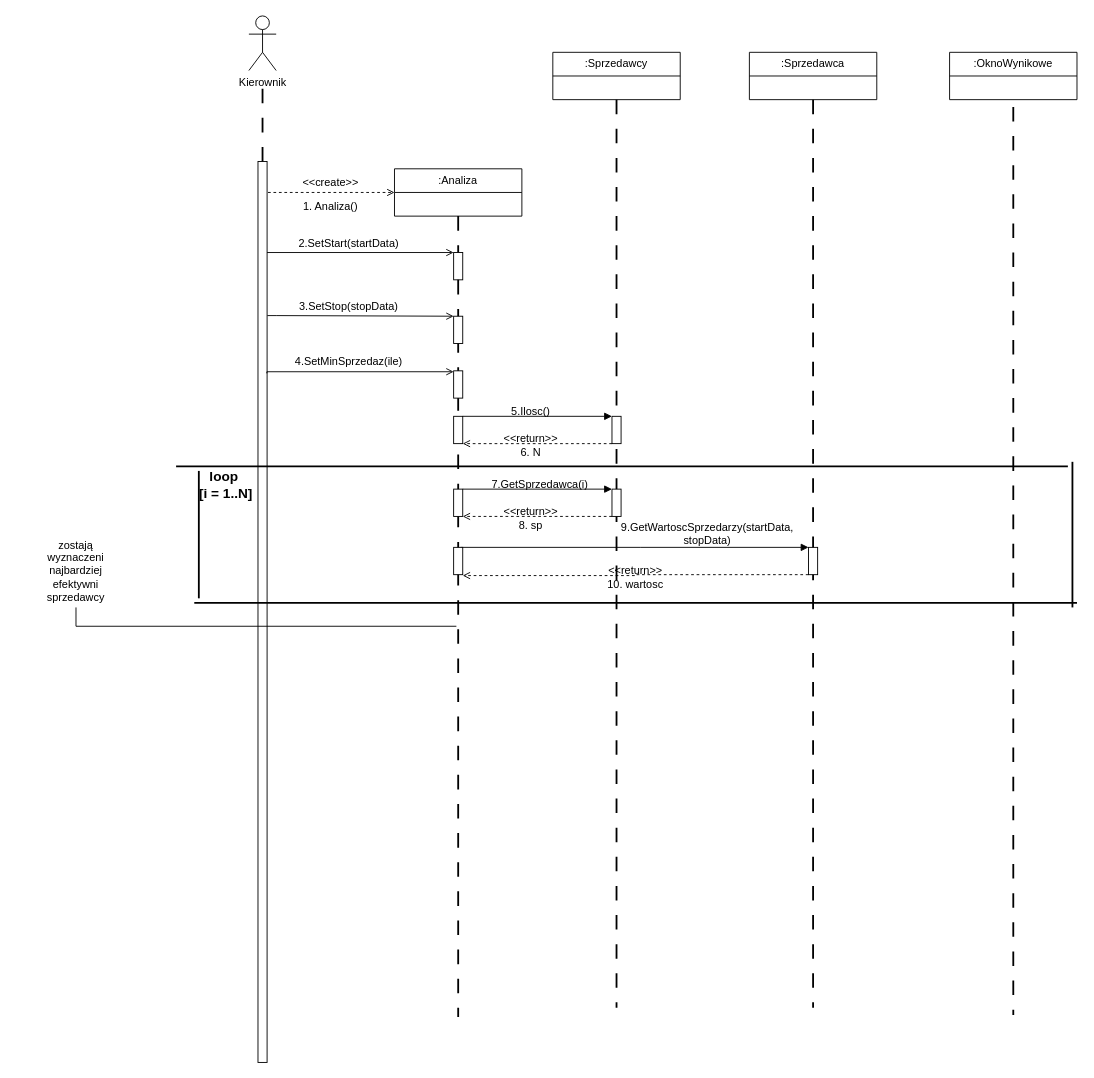
sktybucdred/InzynieriaOprogramowania keeps this draw.io diagram as Diagram przejsc.drawio. Above is the earlier version. Source tidied: cells renumbered, new cells numbered last; positions are measured from the earlier drawing's top-left corner, leaving out a move shared by most shapes. Both pictures are drawn from the tidied source at 91%, with x=0, y=0 at pixel (48, 15).
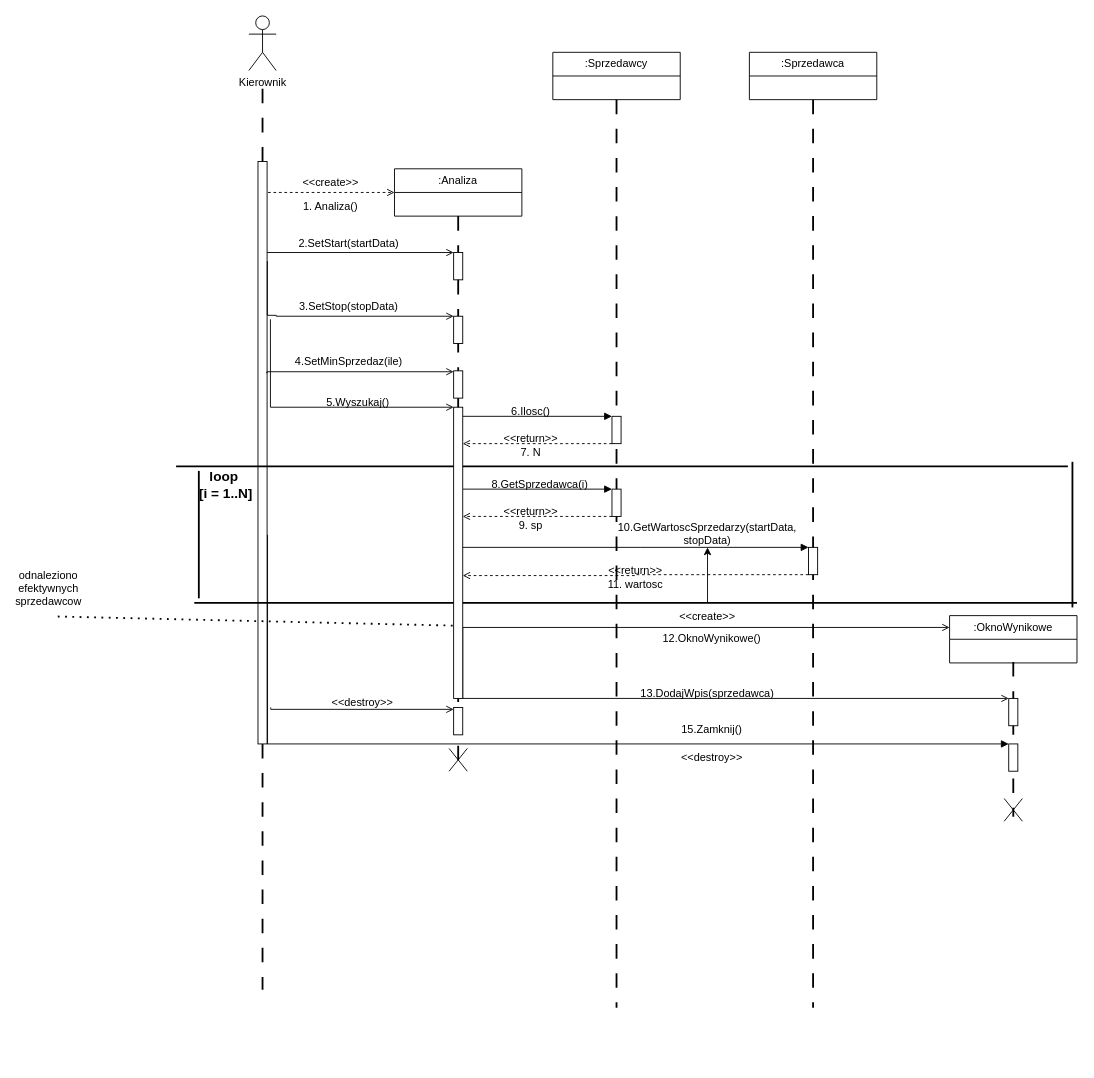
The same page after the edit.

Unchanged cells that the change refers to:
```xml
<mxCell id="33" style="rounded=0;whiteSpace=wrap;html=1;" parent="1" vertex="1">
  <mxGeometry x="619" y="440" width="10" height="30" as="geometry" />
</mxCell>
<mxCell id="42" style="rounded=0;whiteSpace=wrap;html=1;" parent="1" vertex="1">
  <mxGeometry x="619" y="520" width="10" height="30" as="geometry" />
</mxCell>
<mxCell id="48" style="rounded=0;whiteSpace=wrap;html=1;" parent="1" vertex="1">
  <mxGeometry x="835" y="584" width="10" height="30" as="geometry" />
</mxCell>
```

Change to the diagram source:
```diff
@@
     <mxCell id="4" style="line;strokeWidth=2;direction=south;html=1;" parent="1" vertex="1">
-      <mxGeometry x="230" y="210" width="10" height="900" as="geometry" />
+      <mxGeometry x="230" y="210" width="10" height="580" as="geometry" />
     </mxCell>
@@
     <mxCell id="12" value=":OknoWynikowe" style="swimlane;fontStyle=0;horizontal=1;startSize=26;fillColor=none;whiteSpace=wrap;html=1;" parent="1" vertex="1">
-      <mxGeometry x="990" y="40" width="140" height="52" as="geometry" />
+      <mxGeometry x="990" y="659" width="140" height="52" as="geometry" />
     </mxCell>
@@
     <mxCell id="16" style="line;strokeWidth=2;direction=south;html=1;dashed=1;dashPattern=8 8;" parent="1" vertex="1">
-      <mxGeometry x="1055" y="100" width="10" height="998" as="geometry" />
+      <mxGeometry x="1055" y="710" width="10" height="170" as="geometry" />
     </mxCell>
@@
     <mxCell id="19" style="rounded=0;whiteSpace=wrap;html=1;" parent="1" vertex="1">
-      <mxGeometry x="230" y="160" width="10" height="990" as="geometry" />
+      <mxGeometry x="230" y="160" width="10" height="640" as="geometry" />
     </mxCell>
     <mxCell id="20" style="line;strokeWidth=2;direction=south;html=1;dashed=1;dashPattern=8 8;" parent="1" vertex="1">
-      <mxGeometry x="445" y="290" width="10" height="810" as="geometry" />
+      <mxGeometry x="445" y="290" width="10" height="530" as="geometry" />
     </mxCell>
@@
-    <mxCell id="32" style="edgeStyle=orthogonalEdgeStyle;rounded=0;jettySize=auto;html=1;exitX=0;exitY=1;exitDx=0;exitDy=0;entryX=1;entryY=1;entryDx=0;entryDy=0;endArrow=open;endFill=0;dashed=1;" parent="1" edge="1" source="33" target="35">
+    <mxCell id="32" style="edgeStyle=orthogonalEdgeStyle;rounded=0;jettySize=auto;html=1;exitX=0;exitY=1;exitDx=0;exitDy=0;entryX=1;entryY=1;entryDx=0;entryDy=0;endArrow=open;endFill=0;dashed=1;" parent="1" edge="1" source="33">
       <mxGeometry relative="1" as="geometry">
+        <mxPoint x="455" y="470" as="targetPoint" />
         <Array as="points">
           <mxPoint x="540" y="470" />
           <mxPoint x="540" y="470" />
         </Array>
       </mxGeometry>
     </mxCell>
@@
-    <mxCell id="34" style="edgeStyle=orthogonalEdgeStyle;rounded=0;jettySize=auto;html=1;exitX=1;exitY=0;exitDx=0;exitDy=0;entryX=0;entryY=0;entryDx=0;entryDy=0;endArrow=block;endFill=1;" parent="1" edge="1" source="35" target="33">
+    <mxCell id="34" style="edgeStyle=orthogonalEdgeStyle;rounded=0;jettySize=auto;html=1;exitX=1;exitY=0;exitDx=0;exitDy=0;entryX=0;entryY=0;entryDx=0;entryDy=0;endArrow=block;endFill=1;" parent="1" edge="1" target="33">
       <mxGeometry relative="1" as="geometry">
+        <mxPoint x="455" y="440" as="sourcePoint" />
         <Array as="points">
           <mxPoint x="540" y="440" />
           <mxPoint x="540" y="440" />
         </Array>
       </mxGeometry>
     </mxCell>
-    <mxCell id="35" style="rounded=0;whiteSpace=wrap;html=1;" parent="1" vertex="1">
-      <mxGeometry x="445" y="440" width="10" height="30" as="geometry" />
-    </mxCell>
@@
-    <mxCell id="37" value="6. N" style="text;html=1;align=center;verticalAlign=middle;whiteSpace=wrap;rounded=0;" parent="1" vertex="1">
+    <mxCell id="37" value="7. N" style="text;html=1;align=center;verticalAlign=middle;whiteSpace=wrap;rounded=0;" parent="1" vertex="1">
       <mxGeometry x="500" y="470" width="60" height="20" as="geometry" />
     </mxCell>
-    <mxCell id="38" value="5.Ilosc()" style="text;html=1;align=center;verticalAlign=middle;whiteSpace=wrap;rounded=0;" parent="1" vertex="1">
+    <mxCell id="38" value="6.Ilosc()" style="text;html=1;align=center;verticalAlign=middle;whiteSpace=wrap;rounded=0;" parent="1" vertex="1">
       <mxGeometry x="500" y="420" width="60" height="30" as="geometry" />
     </mxCell>
-    <mxCell id="39" style="edgeStyle=orthogonalEdgeStyle;rounded=0;jettySize=auto;html=1;exitX=1;exitY=0;exitDx=0;exitDy=0;entryX=0;entryY=0;entryDx=0;entryDy=0;endArrow=block;endFill=1;" parent="1" edge="1" source="40" target="42">
+    <mxCell id="39" style="edgeStyle=orthogonalEdgeStyle;rounded=0;jettySize=auto;html=1;exitX=1;exitY=0;exitDx=0;exitDy=0;entryX=0;entryY=0;entryDx=0;entryDy=0;endArrow=block;endFill=1;" parent="1" edge="1" target="42">
       <mxGeometry relative="1" as="geometry">
+        <mxPoint x="455" y="520" as="sourcePoint" />
         <Array as="points">
           <mxPoint x="540" y="520" />
           <mxPoint x="540" y="520" />
         </Array>
       </mxGeometry>
     </mxCell>
-    <mxCell id="40" style="rounded=0;whiteSpace=wrap;html=1;" parent="1" vertex="1">
-      <mxGeometry x="445" y="520" width="10" height="30" as="geometry" />
-    </mxCell>
-    <mxCell id="41" style="edgeStyle=orthogonalEdgeStyle;rounded=0;jettySize=auto;html=1;exitX=0;exitY=1;exitDx=0;exitDy=0;entryX=1;entryY=1;entryDx=0;entryDy=0;dashed=1;endArrow=open;endFill=0;" parent="1" edge="1" source="42" target="40">
+    <mxCell id="41" style="edgeStyle=orthogonalEdgeStyle;rounded=0;jettySize=auto;html=1;exitX=0;exitY=1;exitDx=0;exitDy=0;entryX=1;entryY=1;entryDx=0;entryDy=0;dashed=1;endArrow=open;endFill=0;" parent="1" edge="1" source="42">
       <mxGeometry relative="1" as="geometry">
+        <mxPoint x="455" y="550" as="targetPoint" />
         <Array as="points">
           <mxPoint x="540" y="550" />
           <mxPoint x="540" y="550" />
         </Array>
       </mxGeometry>
     </mxCell>
@@
-    <mxCell id="43" value="7.GetSprzedawca(i)" style="text;html=1;align=center;verticalAlign=middle;whiteSpace=wrap;rounded=0;" parent="1" vertex="1">
+    <mxCell id="43" value="8.GetSprzedawca(i)" style="text;html=1;align=center;verticalAlign=middle;whiteSpace=wrap;rounded=0;" parent="1" vertex="1">
       <mxGeometry x="510" y="500" width="60" height="30" as="geometry" />
     </mxCell>
@@
-    <mxCell id="45" value="8. sp" style="text;html=1;align=center;verticalAlign=middle;whiteSpace=wrap;rounded=0;" parent="1" vertex="1">
+    <mxCell id="45" value="9. sp" style="text;html=1;align=center;verticalAlign=middle;whiteSpace=wrap;rounded=0;" parent="1" vertex="1">
       <mxGeometry x="500" y="550" width="60" height="20" as="geometry" />
     </mxCell>
-    <mxCell id="46" style="edgeStyle=orthogonalEdgeStyle;rounded=0;jettySize=auto;html=1;exitX=0.75;exitY=0;exitDx=0;exitDy=0;entryX=0;entryY=0;entryDx=0;entryDy=0;endArrow=block;endFill=1;" parent="1" edge="1" source="47" target="48">
+    <mxCell id="46" style="edgeStyle=orthogonalEdgeStyle;rounded=0;jettySize=auto;html=1;exitX=0.75;exitY=0;exitDx=0;exitDy=0;entryX=0;entryY=0;entryDx=0;entryDy=0;endArrow=block;endFill=1;" parent="1" edge="1" target="48">
       <mxGeometry relative="1" as="geometry">
+        <mxPoint x="452.5" y="584" as="sourcePoint" />
         <Array as="points">
           <mxPoint x="650" y="584" />
           <mxPoint x="650" y="584" />
         </Array>
       </mxGeometry>
     </mxCell>
-    <mxCell id="47" style="rounded=0;whiteSpace=wrap;html=1;" parent="1" vertex="1">
-      <mxGeometry x="445" y="584" width="10" height="30" as="geometry" />
-    </mxCell>
@@
-    <mxCell id="49" value="9&lt;span style=&quot;background-color: initial;&quot;&gt;.GetWartoscSprzedarzy(startData, stopData)&lt;/span&gt;" style="text;html=1;align=center;verticalAlign=middle;whiteSpace=wrap;rounded=0;" parent="1" vertex="1">
+    <mxCell id="49" value="&lt;span style=&quot;background-color: initial;&quot;&gt;10&lt;/span&gt;&lt;span style=&quot;background-color: initial;&quot;&gt;.GetWartoscSprzedarzy(startData, stopData)&lt;/span&gt;" style="text;html=1;align=center;verticalAlign=middle;whiteSpace=wrap;rounded=0;" parent="1" vertex="1">
       <mxGeometry x="694" y="554" width="60" height="30" as="geometry" />
     </mxCell>
@@
-    <mxCell id="52" value="10. wartosc" style="text;html=1;align=center;verticalAlign=middle;whiteSpace=wrap;rounded=0;" parent="1" vertex="1">
+    <mxCell id="52" value="11. wartosc" style="text;html=1;align=center;verticalAlign=middle;whiteSpace=wrap;rounded=0;" parent="1" vertex="1">
       <mxGeometry x="610" y="610" width="70" height="30" as="geometry" />
     </mxCell>
-    <mxCell id="53" value="zostają wyznaczeni najbardziej efektywni sprzedawcy" style="text;html=1;align=center;verticalAlign=middle;whiteSpace=wrap;rounded=0;" parent="1" vertex="1">
-      <mxGeometry y="570" width="60" height="80" as="geometry" />
-    </mxCell>
-    <mxCell id="54" style="edgeStyle=orthogonalEdgeStyle;rounded=0;jettySize=auto;html=1;exitX=0.5;exitY=1;exitDx=0;exitDy=0;entryX=0.47;entryY=0.7;entryDx=0;entryDy=0;entryPerimeter=0;endArrow=none;endFill=0;" parent="1" edge="1" source="53" target="20">
-      <mxGeometry relative="1" as="geometry" />
-    </mxCell>
+    <mxCell id="55" value="5.Wyszukaj()" style="text;html=1;align=center;verticalAlign=middle;whiteSpace=wrap;rounded=0;" parent="1" vertex="1">
+      <mxGeometry x="310" y="410" width="60" height="30" as="geometry" />
+    </mxCell>
+    <mxCell id="56" style="edgeStyle=orthogonalEdgeStyle;rounded=0;jettySize=auto;html=1;exitX=1;exitY=1;exitDx=0;exitDy=0;entryX=0;entryY=0.25;entryDx=0;entryDy=0;endArrow=open;endFill=0;" parent="1" edge="1" source="58" target="12">
+      <mxGeometry relative="1" as="geometry">
+        <Array as="points">
+          <mxPoint x="455" y="672" />
+        </Array>
+      </mxGeometry>
+    </mxCell>
+    <mxCell id="57" style="edgeStyle=orthogonalEdgeStyle;rounded=0;jettySize=auto;html=1;exitX=1;exitY=1;exitDx=0;exitDy=0;entryX=0;entryY=0;entryDx=0;entryDy=0;endArrow=open;endFill=0;" parent="1" edge="1" source="58" target="65">
+      <mxGeometry relative="1" as="geometry">
+        <Array as="points">
+          <mxPoint x="455" y="750" />
+        </Array>
+      </mxGeometry>
+    </mxCell>
+    <mxCell id="58" style="rounded=0;whiteSpace=wrap;html=1;" parent="1" vertex="1">
+      <mxGeometry x="445" y="430" width="10" height="320" as="geometry" />
+    </mxCell>
+    <mxCell id="59" style="edgeStyle=orthogonalEdgeStyle;rounded=0;jettySize=auto;html=1;exitX=1.367;exitY=0.271;exitDx=0;exitDy=0;entryX=0;entryY=0;entryDx=0;entryDy=0;endArrow=open;endFill=0;exitPerimeter=0;" parent="1" edge="1" source="19">
+      <mxGeometry relative="1" as="geometry">
+        <mxPoint x="445" y="430" as="targetPoint" />
+        <Array as="points">
+          <mxPoint x="244" y="430" />
+        </Array>
+      </mxGeometry>
+    </mxCell>
+    <mxCell id="60" style="endArrow=none;dashed=1;html=1;dashPattern=1 3;strokeWidth=2;rounded=0;entryX=0;entryY=0.75;entryDx=0;entryDy=0;" parent="1" edge="1" target="58">
+      <mxGeometry relative="1" as="geometry">
+        <mxPoint x="10" y="660" as="sourcePoint" />
+      </mxGeometry>
+    </mxCell>
+    <mxCell id="61" value="odnaleziono efektywnych sprzedawcow" style="text;html=1;align=center;verticalAlign=middle;whiteSpace=wrap;rounded=0;" parent="1" vertex="1">
+      <mxGeometry x="-30" y="614" width="60" height="30" as="geometry" />
+    </mxCell>
+    <mxCell id="62" value="12.OknoWynikowe()" style="text;html=1;align=center;verticalAlign=middle;whiteSpace=wrap;rounded=0;" parent="1" vertex="1">
+      <mxGeometry x="694" y="670" width="70" height="30" as="geometry" />
+    </mxCell>
+    <mxCell id="63" style="edgeStyle=orthogonalEdgeStyle;rounded=0;jettySize=auto;html=1;" parent="1" edge="1" source="64" target="49">
+      <mxGeometry relative="1" as="geometry" />
+    </mxCell>
+    <mxCell id="64" value="&amp;lt;&amp;lt;create&amp;gt;&amp;gt;" style="text;html=1;align=center;verticalAlign=middle;whiteSpace=wrap;rounded=0;" parent="1" vertex="1">
+      <mxGeometry x="694" y="645" width="60" height="30" as="geometry" />
+    </mxCell>
+    <mxCell id="65" style="rounded=0;whiteSpace=wrap;html=1;" parent="1" vertex="1">
+      <mxGeometry x="1055" y="750" width="10" height="30" as="geometry" />
+    </mxCell>
+    <mxCell id="66" value="13.DodajWpis(sprzedawca)" style="text;html=1;align=center;verticalAlign=middle;whiteSpace=wrap;rounded=0;" parent="1" vertex="1">
+      <mxGeometry x="689" y="730" width="70" height="30" as="geometry" />
+    </mxCell>
+    <mxCell id="67" style="edgeStyle=orthogonalEdgeStyle;rounded=0;jettySize=auto;html=1;exitX=1.05;exitY=0.641;exitDx=0;exitDy=0;entryX=0;entryY=0;entryDx=0;entryDy=0;endArrow=block;endFill=1;exitPerimeter=0;" parent="1" edge="1" source="19" target="68">
+      <mxGeometry relative="1" as="geometry">
+        <Array as="points">
+          <mxPoint x="241" y="800" />
+        </Array>
+      </mxGeometry>
+    </mxCell>
+    <mxCell id="68" style="rounded=0;whiteSpace=wrap;html=1;" parent="1" vertex="1">
+      <mxGeometry x="1055" y="800" width="10" height="30" as="geometry" />
+    </mxCell>
+    <mxCell id="69" value="&amp;lt;&amp;lt;destroy&amp;gt;&amp;gt;" style="text;html=1;align=center;verticalAlign=middle;whiteSpace=wrap;rounded=0;" parent="1" vertex="1">
+      <mxGeometry x="694" y="800" width="70" height="30" as="geometry" />
+    </mxCell>
+    <mxCell id="70" style="rounded=0;whiteSpace=wrap;html=1;" parent="1" vertex="1">
+      <mxGeometry x="445" y="760" width="10" height="30" as="geometry" />
+    </mxCell>
+    <mxCell id="71" value="15.Zamknij()" style="text;html=1;align=center;verticalAlign=middle;whiteSpace=wrap;rounded=0;" parent="1" vertex="1">
+      <mxGeometry x="694" y="770" width="70" height="30" as="geometry" />
+    </mxCell>
+    <mxCell id="72" value="&amp;lt;&amp;lt;destroy&amp;gt;&amp;gt;" style="text;html=1;align=center;verticalAlign=middle;whiteSpace=wrap;rounded=0;" parent="1" vertex="1">
+      <mxGeometry x="310" y="740" width="70" height="30" as="geometry" />
+    </mxCell>
+    <mxCell id="73" style="edgeStyle=orthogonalEdgeStyle;rounded=0;orthogonalLoop=1;jettySize=auto;html=1;exitX=1.367;exitY=0.271;exitDx=0;exitDy=0;entryX=0;entryY=0;entryDx=0;entryDy=0;endArrow=open;endFill=0;exitPerimeter=0;" parent="1" edge="1">
+      <mxGeometry relative="1" as="geometry">
+        <mxPoint x="244" y="760" as="sourcePoint" />
+        <mxPoint x="445" y="762" as="targetPoint" />
+        <Array as="points">
+          <mxPoint x="244" y="762" />
+        </Array>
+      </mxGeometry>
+    </mxCell>
+    <mxCell id="74" style="shape=mxgraph.sysml.x;" parent="1" vertex="1">
+      <mxGeometry x="440" y="805" width="20" height="25" as="geometry" />
+    </mxCell>
+    <mxCell id="75" style="shape=mxgraph.sysml.x;" parent="1" vertex="1">
+      <mxGeometry x="1050" y="860" width="20" height="25" as="geometry" />
+    </mxCell>
+    <mxCell id="76" style="line;strokeWidth=2;direction=south;html=1;dashed=1;dashPattern=8 8;" parent="1" vertex="1">
+      <mxGeometry x="230" y="800" width="10" height="270" as="geometry" />
+    </mxCell>
```
